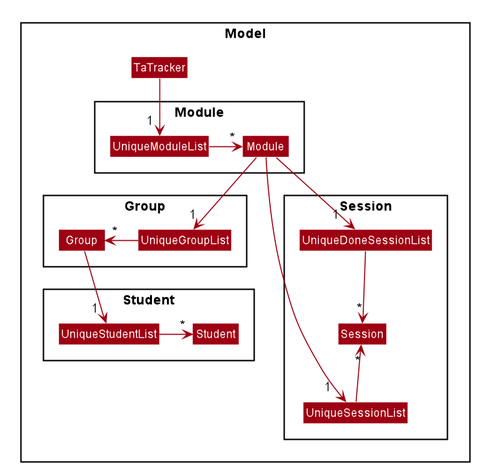
Before: docs/images/ModelComponentsClassDiagram.png, a diagram exported from PlantUML (nus-cs2103-AY1920S2/addressbook-level3). Source of this version:
```plantuml
@startuml








skinparam BackgroundColor #FFFFFFF

skinparam Shadowing false

skinparam Class {
    FontColor #FFFFFF
    BorderThickness 1
    BorderColor #FFFFFF
    StereotypeFontColor #FFFFFF
    FontName Arial
}

skinparam Actor {
    BorderColor #000000
    Color #000000
    FontName Arial
}

skinparam Sequence {
    MessageAlign center
    BoxFontSize 15
    BoxPadding 0
    BoxFontColor #FFFFFF
    FontName Arial
}

skinparam Participant {
    FontColor #FFFFFFF
    Padding 20
}

skinparam MinClassWidth 50
skinparam ParticipantPadding 10
skinparam Shadowing false
skinparam DefaultTextAlignment center
skinparam packageStyle Rectangle

hide footbox
hide members
hide circle
package Model {

skinparam arrowThickness 1.1
skinparam arrowColor #9D0012
skinparam classBackgroundColor #9D0012

class TaTracker

package Module {
class Module
class UniqueModuleList
}
package Group {
class Group
class UniqueGroupList
}
package Session {
class Session
class UniqueSessionList
class UniqueDoneSessionList
}
package Student {
class Student
class UniqueStudentList
}
}

TaTracker --> "1 " UniqueModuleList

UniqueModuleList -right-> "*" Module

Module --> "1" UniqueGroupList
Module --> "1  " UniqueSessionList
Module --> "1  " UniqueDoneSessionList

UniqueGroupList -left-> "*" Group
UniqueSessionList -up-> "*" Session
UniqueDoneSessionList -down-> "*" Session

Group --> "1 " UniqueStudentList
UniqueStudentList -right-> "*" Student

@enduml
```
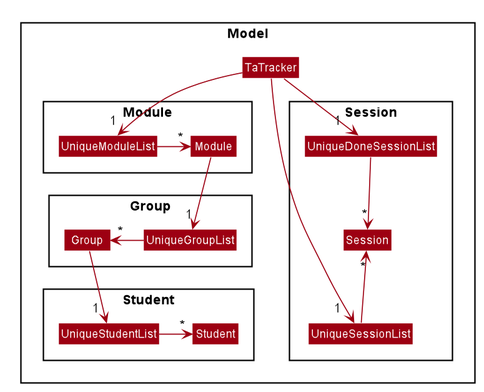
The same diagram one commit later.

Commit message:
Edit class diagrams

Diff of the diagram source:
```diff
@@ -79,8 +79,8 @@
 UniqueModuleList -right-> "*" Module
 
 Module --> "1" UniqueGroupList
-Module --> "1  " UniqueSessionList
-Module --> "1  " UniqueDoneSessionList
+TaTracker --> "1  " UniqueSessionList
+TaTracker --> "1  " UniqueDoneSessionList
 
 UniqueGroupList -left-> "*" Group
 UniqueSessionList -up-> "*" Session
```
